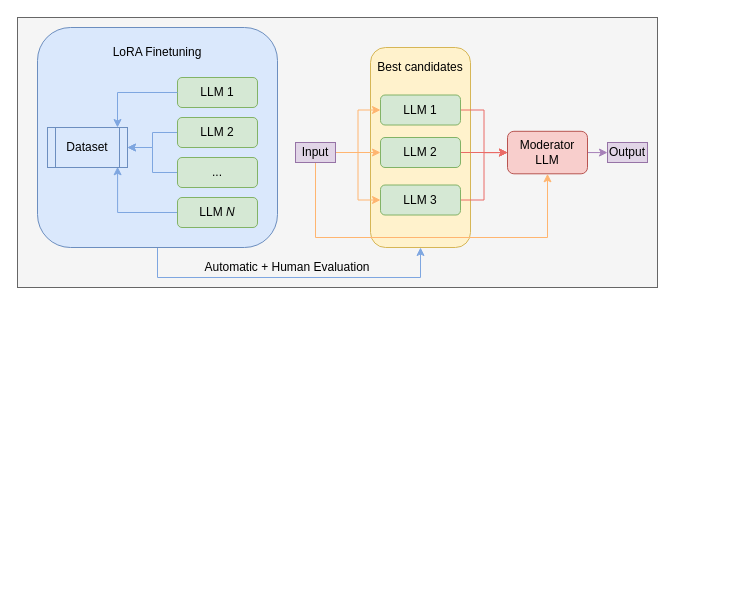
Before: Blending.drawio in Likich/llmexplore, a draw.io diagram. Source tidied: cells renumbered, new cells numbered last; positions are measured from the earlier drawing's top-left corner, leaving out a move shared by most shapes. Both pictures are drawn from the tidied source at 100%, with x=0, y=0 at pixel (17, 17). Pictures stored in the file or linked from it are replaced by grey dashed boxes.
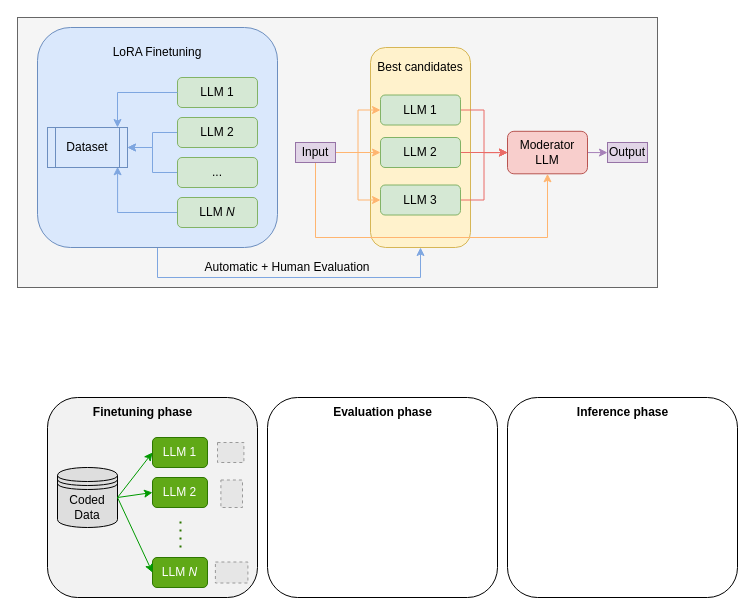
After the change.

The edit, as a diff of the source:
```diff
@@
+    <mxCell id="32" style="rounded=1;whiteSpace=wrap;html=1;labelBackgroundColor=light-dark(#f2f2f2, #ededed);labelBorderColor=none;fontColor=default;fillColor=light-dark(#f2f2f2, #141414);" parent="1" vertex="1">
+      <mxGeometry x="30" y="380" width="210" height="200" as="geometry" />
+    </mxCell>
+    <mxCell id="33" value="Finetuning phase" style="text;html=1;align=center;verticalAlign=middle;whiteSpace=wrap;rounded=0;fontStyle=1;" parent="1" vertex="1">
+      <mxGeometry x="72.5" y="380" width="105" height="30" as="geometry" />
+    </mxCell>
+    <mxCell id="34" style="rounded=1;whiteSpace=wrap;html=1;" parent="1" vertex="1">
+      <mxGeometry x="250" y="380" width="230" height="200" as="geometry" />
+    </mxCell>
+    <mxCell id="35" value="&lt;b&gt;Evaluation phase&lt;/b&gt;" style="text;html=1;align=center;verticalAlign=middle;whiteSpace=wrap;rounded=0;" parent="1" vertex="1">
+      <mxGeometry x="312.5" y="380" width="105" height="30" as="geometry" />
+    </mxCell>
+    <mxCell id="36" style="rounded=1;whiteSpace=wrap;html=1;" parent="1" vertex="1">
+      <mxGeometry x="490" y="380" width="230" height="200" as="geometry" />
+    </mxCell>
+    <mxCell id="37" value="Inference phase" style="text;html=1;align=center;verticalAlign=middle;whiteSpace=wrap;rounded=0;fontStyle=1;" parent="1" vertex="1">
+      <mxGeometry x="552.5" y="380" width="105" height="30" as="geometry" />
+    </mxCell>
+    <mxCell id="38" value="LLM 1" style="rounded=1;whiteSpace=wrap;html=1;fillColor=#60a917;strokeColor=#2D7600;fontColor=#ffffff;" parent="1" vertex="1">
+      <mxGeometry x="135" y="420" width="55" height="30" as="geometry" />
+    </mxCell>
+    <mxCell id="39" value="LLM 2" style="rounded=1;whiteSpace=wrap;html=1;fillColor=#60a917;strokeColor=#2D7600;fontColor=#ffffff;" parent="1" vertex="1">
+      <mxGeometry x="135" y="460" width="55" height="30" as="geometry" />
+    </mxCell>
+    <mxCell id="40" value="LLM &lt;i&gt;N&lt;/i&gt;" style="rounded=1;whiteSpace=wrap;html=1;fillColor=#60a917;strokeColor=#2D7600;fontColor=#ffffff;" parent="1" vertex="1">
+      <mxGeometry x="135" y="540" width="55" height="30" as="geometry" />
+    </mxCell>
+    <mxCell id="41" value="Coded Data" style="shape=datastore;whiteSpace=wrap;html=1;fillColor=#DEDEDE;" parent="1" vertex="1">
+      <mxGeometry x="40" y="450" width="60" height="60" as="geometry" />
+    </mxCell>
+    <mxCell id="42" style="endArrow=none;dashed=1;html=1;dashPattern=1 3;strokeWidth=2;rounded=0;fillColor=#60a917;strokeColor=#2D7600;" parent="1" edge="1">
+      <mxGeometry relative="1" as="geometry">
+        <mxPoint x="163" y="530" as="sourcePoint" />
+        <mxPoint x="163" y="500" as="targetPoint" />
+      </mxGeometry>
+    </mxCell>
+    <mxCell id="43" style="endArrow=classic;html=1;rounded=0;entryX=0;entryY=0.5;entryDx=0;entryDy=0;exitX=1;exitY=0.5;exitDx=0;exitDy=0;strokeColor=#009900;" parent="1" edge="1" source="41" target="38">
+      <mxGeometry relative="1" as="geometry" />
+    </mxCell>
+    <mxCell id="44" style="endArrow=classic;html=1;rounded=0;exitX=1;exitY=0.5;exitDx=0;exitDy=0;entryX=0;entryY=0.5;entryDx=0;entryDy=0;strokeColor=#009900;" parent="1" edge="1" source="41" target="39">
+      <mxGeometry relative="1" as="geometry" />
+    </mxCell>
+    <mxCell id="45" style="endArrow=classic;html=1;rounded=0;exitX=1;exitY=0.5;exitDx=0;exitDy=0;entryX=0;entryY=0.5;entryDx=0;entryDy=0;strokeColor=#009900;" parent="1" edge="1" source="41" target="40">
+      <mxGeometry relative="1" as="geometry" />
+    </mxCell>
+    <mxCell id="46" style="fillColor=#E6E6E6;strokeColor=#999999;dashed=1;verticalLabelPosition=bottom;labelBackgroundColor=default;verticalAlign=top;" parent="1" vertex="1">
+      <mxGeometry x="200" y="425" width="26.4" height="20" as="geometry" />
+    </mxCell>
+    <mxCell id="47" style="fillColor=#E6E6E6;strokeColor=#999999;dashed=1;verticalLabelPosition=bottom;labelBackgroundColor=default;verticalAlign=top;" parent="1" vertex="1">
+      <mxGeometry x="203.4" y="462.5" width="21.6" height="27.5" as="geometry" />
+    </mxCell>
+    <mxCell id="48" style="fillColor=#E6E6E6;strokeColor=#999999;dashed=1;verticalLabelPosition=bottom;labelBackgroundColor=default;verticalAlign=top;" parent="1" vertex="1">
+      <mxGeometry x="197.9" y="544.5" width="32.5" height="21" as="geometry" />
+    </mxCell>
```
